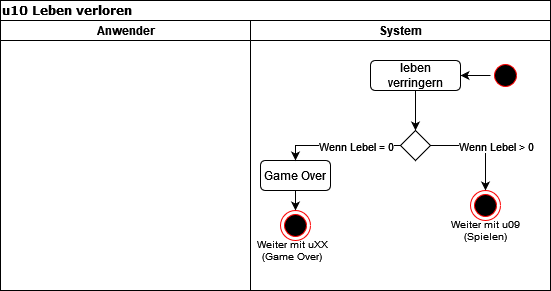
The draw.io diagram u10.drawio.png in Skill3rboy/OOS, before a commit. Source tidied: cells renumbered, new cells last; positions are measured from the earlier drawing's top-left corner, leaving out a move shared by most shapes. Its diagram source:
```xml
<mxGraphModel>
  <root>
    <mxCell id="0" />
    <mxCell id="1" parent="0" />
    <mxCell id="2" value="u10 Leben verloren" style="swimlane;html=1;startSize=20;rounded=0;shadow=0;comic=0;labelBackgroundColor=none;strokeWidth=1;fontFamily=Verdana;fontSize=12;align=left;" parent="1" vertex="1">
      <mxGeometry width="550" height="290" as="geometry" />
    </mxCell>
    <mxCell id="3" value="Anwender" style="swimlane;html=1;startSize=20;" parent="2" vertex="1">
      <mxGeometry y="20" width="250" height="270" as="geometry" />
    </mxCell>
    <mxCell id="4" value="System" style="swimlane;html=1;startSize=20;" parent="2" vertex="1">
      <mxGeometry x="250" y="20" width="300" height="270" as="geometry" />
    </mxCell>
    <mxCell id="5" style="edgeStyle=orthogonalEdgeStyle;rounded=0;jettySize=auto;html=1;exitX=0;exitY=0.5;exitDx=0;exitDy=0;entryX=1;entryY=0.5;entryDx=0;entryDy=0;" parent="4" edge="1" source="6" target="8">
      <mxGeometry relative="1" as="geometry" />
    </mxCell>
    <mxCell id="6" style="ellipse;html=1;shape=startState;fillColor=#000000;strokeColor=#ff0000;" parent="4" vertex="1">
      <mxGeometry x="240" y="40" width="30" height="30" as="geometry" />
    </mxCell>
    <mxCell id="7" style="edgeStyle=orthogonalEdgeStyle;rounded=0;jettySize=auto;html=1;exitX=0.5;exitY=1;exitDx=0;exitDy=0;entryX=0.5;entryY=0;entryDx=0;entryDy=0;" parent="4" edge="1" source="8" target="9">
      <mxGeometry relative="1" as="geometry" />
    </mxCell>
    <mxCell id="8" value="leben verringern" style="rounded=1;whiteSpace=wrap;html=1;" parent="4" vertex="1">
      <mxGeometry x="120" y="40" width="90" height="30" as="geometry" />
    </mxCell>
    <mxCell id="9" style="rhombus;whiteSpace=wrap;html=1;" parent="4" vertex="1">
      <mxGeometry x="150" y="110" width="30" height="30" as="geometry" />
    </mxCell>
    <mxCell id="10" style="edgeStyle=orthogonalEdgeStyle;rounded=0;jettySize=auto;html=1;exitX=0.5;exitY=1;exitDx=0;exitDy=0;entryX=0.5;entryY=0;entryDx=0;entryDy=0;" parent="4" edge="1" source="11" target="18">
      <mxGeometry relative="1" as="geometry" />
    </mxCell>
    <mxCell id="11" value="Game Over" style="rounded=1;whiteSpace=wrap;html=1;" parent="4" vertex="1">
      <mxGeometry x="10" y="140" width="70" height="30" as="geometry" />
    </mxCell>
    <mxCell id="12" style="endArrow=classic;html=1;rounded=0;entryX=0.5;entryY=0;entryDx=0;entryDy=0;exitX=0;exitY=0.5;exitDx=0;exitDy=0;" parent="4" edge="1" source="9" target="11">
      <mxGeometry relative="1" as="geometry">
        <Array as="points">
          <mxPoint x="45" y="125" />
        </Array>
      </mxGeometry>
    </mxCell>
    <mxCell id="13" value="Wenn Lebel = 0" style="edgeLabel;html=1;align=center;verticalAlign=middle;" parent="12" vertex="1">
      <mxGeometry relative="1" as="geometry">
        <mxPoint x="15" as="offset" />
      </mxGeometry>
    </mxCell>
    <mxCell id="14" style="endArrow=classic;html=1;rounded=0;entryX=0.5;entryY=0;entryDx=0;entryDy=0;exitX=1;exitY=0.5;exitDx=0;exitDy=0;" parent="4" edge="1" source="9" target="16">
      <mxGeometry relative="1" as="geometry">
        <Array as="points">
          <mxPoint x="235" y="125" />
        </Array>
      </mxGeometry>
    </mxCell>
    <mxCell id="15" value="Wenn Lebel &amp;gt; 0" style="edgeLabel;html=1;align=center;verticalAlign=middle;" parent="14" vertex="1">
      <mxGeometry relative="1" as="geometry">
        <mxPoint x="15" as="offset" />
      </mxGeometry>
    </mxCell>
    <mxCell id="16" style="ellipse;html=1;shape=endState;fillColor=#000000;strokeColor=#ff0000;" parent="4" vertex="1">
      <mxGeometry x="220" y="170" width="30" height="30" as="geometry" />
    </mxCell>
    <mxCell id="17" value="Weiter mit u09&lt;br style=&quot;font-size: 10px;&quot;&gt;(Spielen)" style="text;html=1;strokeColor=none;fillColor=none;align=center;verticalAlign=middle;whiteSpace=wrap;rounded=0;fontSize=10;" parent="4" vertex="1">
      <mxGeometry x="197.5" y="200" width="75" height="20" as="geometry" />
    </mxCell>
    <mxCell id="18" style="ellipse;html=1;shape=endState;fillColor=#000000;strokeColor=#ff0000;" parent="4" vertex="1">
      <mxGeometry x="30" y="190" width="30" height="30" as="geometry" />
    </mxCell>
    <mxCell id="19" value="Weiter mit uXX&lt;br&gt;(Game Over)" style="text;html=1;strokeColor=none;fillColor=none;align=center;verticalAlign=middle;whiteSpace=wrap;rounded=0;fontSize=10;" parent="4" vertex="1">
      <mxGeometry x="5" y="220" width="75" height="20" as="geometry" />
    </mxCell>
  </root>
</mxGraphModel>
```
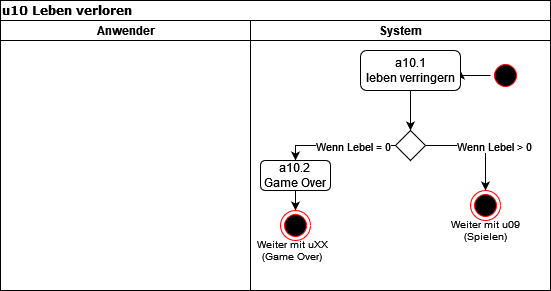
After the change.

Change to the diagram source:
```diff
@@ -20,16 +20,16 @@
     <mxCell id="7" style="edgeStyle=orthogonalEdgeStyle;rounded=0;jettySize=auto;html=1;exitX=0.5;exitY=1;exitDx=0;exitDy=0;entryX=0.5;entryY=0;entryDx=0;entryDy=0;" parent="4" edge="1" source="8" target="9">
       <mxGeometry relative="1" as="geometry" />
     </mxCell>
-    <mxCell id="8" value="leben verringern" style="rounded=1;whiteSpace=wrap;html=1;" parent="4" vertex="1">
-      <mxGeometry x="120" y="40" width="90" height="30" as="geometry" />
+    <mxCell id="8" value="&lt;div&gt;a10.1&lt;/div&gt;&lt;div&gt;leben verringern&lt;/div&gt;" style="rounded=1;whiteSpace=wrap;html=1;" parent="4" vertex="1">
+      <mxGeometry x="110" y="30" width="100" height="40" as="geometry" />
     </mxCell>
     <mxCell id="9" style="rhombus;whiteSpace=wrap;html=1;" parent="4" vertex="1">
-      <mxGeometry x="150" y="110" width="30" height="30" as="geometry" />
+      <mxGeometry x="145" y="110" width="30" height="30" as="geometry" />
     </mxCell>
     <mxCell id="10" style="edgeStyle=orthogonalEdgeStyle;rounded=0;jettySize=auto;html=1;exitX=0.5;exitY=1;exitDx=0;exitDy=0;entryX=0.5;entryY=0;entryDx=0;entryDy=0;" parent="4" edge="1" source="11" target="18">
       <mxGeometry relative="1" as="geometry" />
     </mxCell>
-    <mxCell id="11" value="Game Over" style="rounded=1;whiteSpace=wrap;html=1;" parent="4" vertex="1">
+    <mxCell id="11" value="a10.2&lt;br&gt;Game Over" style="rounded=1;whiteSpace=wrap;html=1;" parent="4" vertex="1">
       <mxGeometry x="10" y="140" width="70" height="30" as="geometry" />
     </mxCell>
     <mxCell id="12" style="endArrow=classic;html=1;rounded=0;entryX=0.5;entryY=0;entryDx=0;entryDy=0;exitX=0;exitY=0.5;exitDx=0;exitDy=0;" parent="4" edge="1" source="9" target="11">
```
